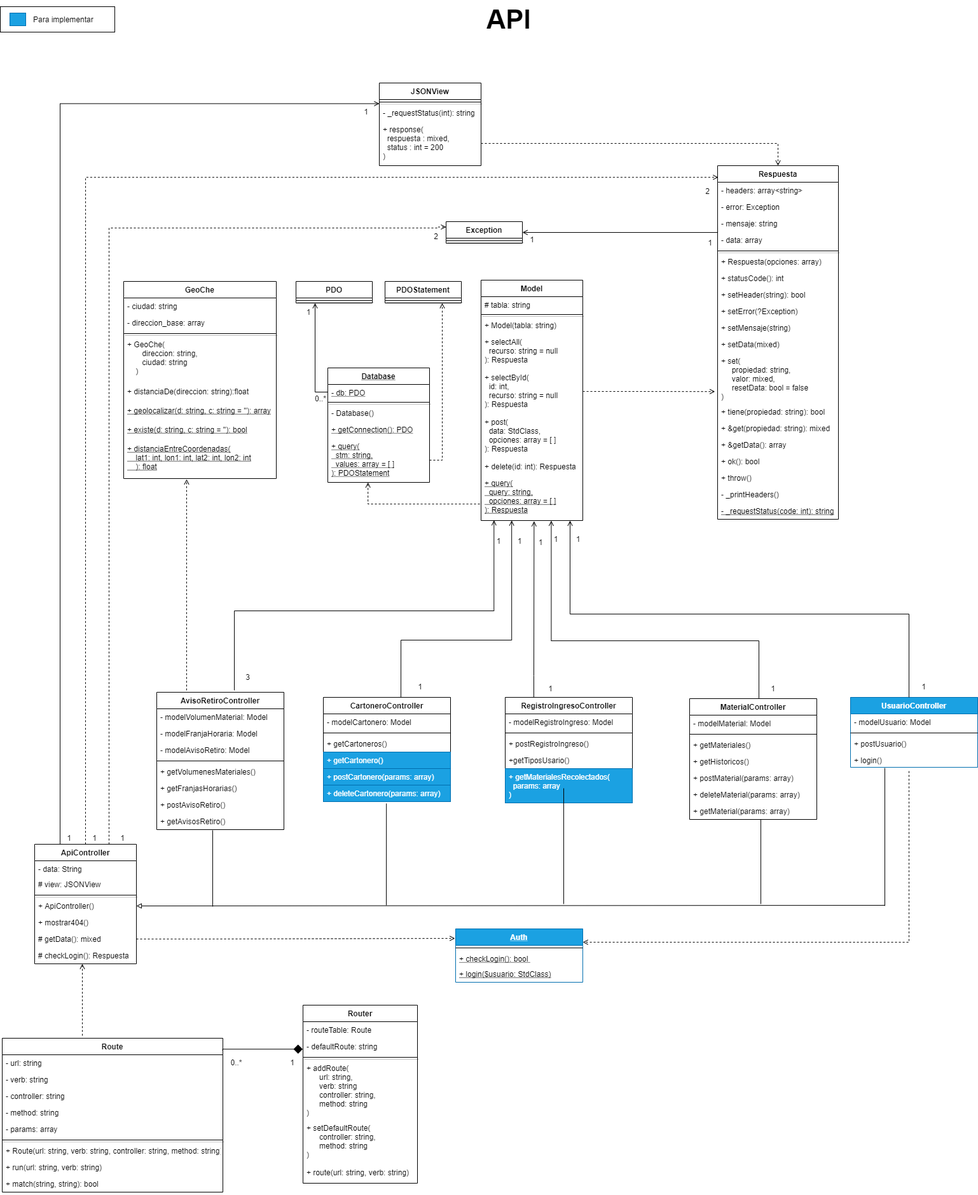
Above: Artefactos/Diagramas/diagrama-clases-API.png in Evynith/Entregable-Metodologias (draw.io), before the change. Source tidied: cells renumbered, new cells last; positions are measured from the earlier drawing's top-left corner, leaving out a move shared by most shapes.
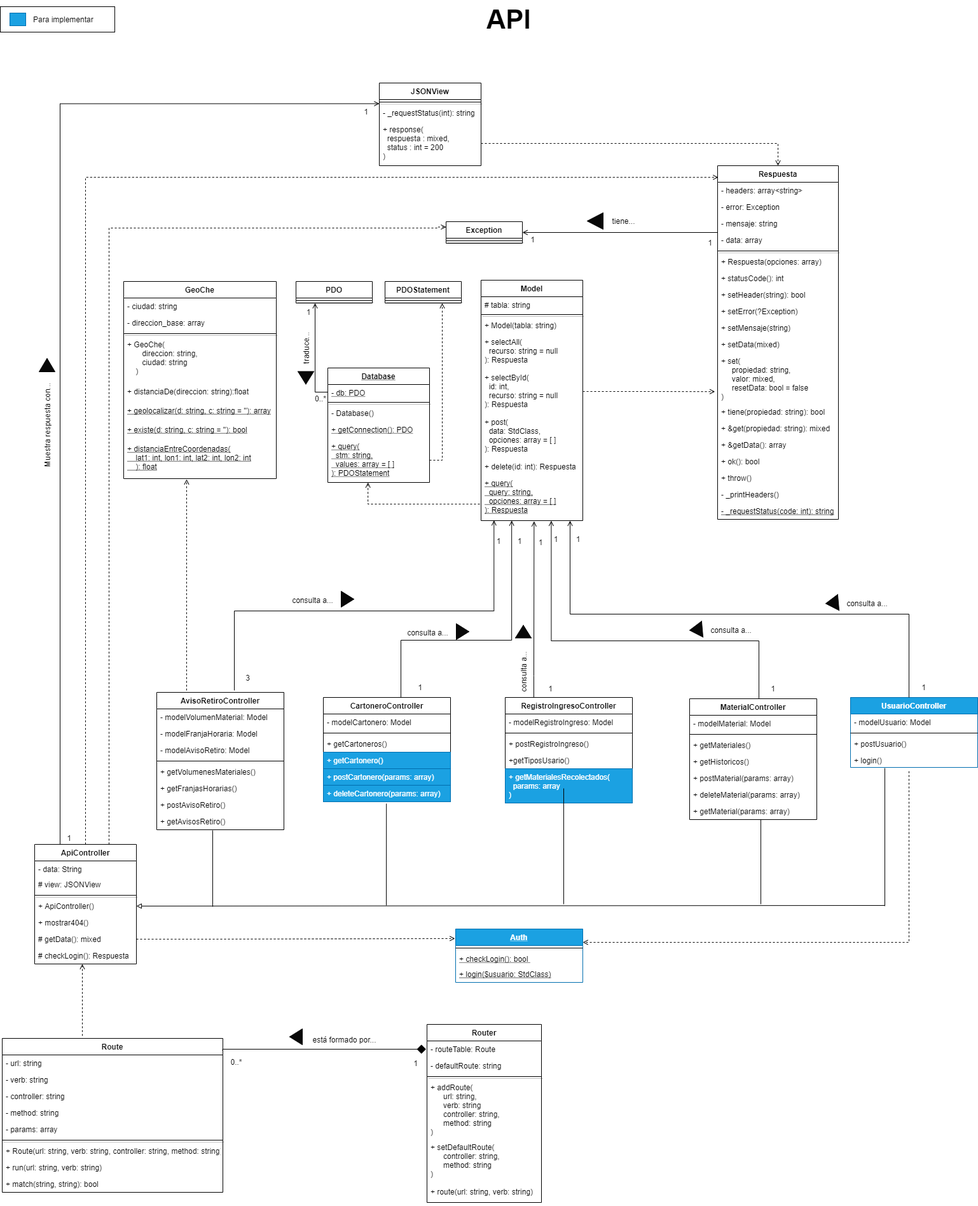
After the commit.

Commit message:
CR-207 se agregaron artefactos al diagrama de clases de API

The edit, as a diff of the source:
```diff
@@ -246,7 +246,7 @@
       <mxGeometry y="250" width="240" height="60" as="geometry" />
     </mxCell>
     <mxCell id="81" value="Router" style="swimlane;fontStyle=1;align=center;verticalAlign=top;horizontal=1;startSize=26;" parent="1" vertex="1">
-      <mxGeometry x="476" y="1580" width="180" height="280" as="geometry" />
+      <mxGeometry x="671" y="1610" width="180" height="280" as="geometry" />
     </mxCell>
     <mxCell id="82" value="- routeTable: Route" style="text;align=left;verticalAlign=top;spacingLeft=4;spacingRight=4;overflow=hidden;fontStyle=0;shadow=1;" parent="81" vertex="1">
       <mxGeometry y="26" width="180" height="26" as="geometry" />
@@ -335,10 +335,12 @@
     <mxCell id="110" value="+ deleteCartonero(params: array)" style="text;align=left;verticalAlign=top;spacingLeft=4;spacingRight=4;overflow=hidden;fillColor=#1ba1e2;strokeColor=#006EAF;fontColor=#ffffff;" parent="104" vertex="1">
       <mxGeometry y="138" width="200" height="26" as="geometry" />
     </mxCell>
-    <mxCell id="111" style="edgeStyle=orthogonalEdgeStyle;rounded=0;jettySize=auto;html=1;endArrow=diamond;endFill=1;endSize=12;exitX=0.999;exitY=0.078;exitDx=0;exitDy=0;exitPerimeter=0;entryX=-0.003;entryY=0.66;entryDx=0;entryDy=0;entryPerimeter=0;" parent="1" edge="1" source="88" target="83">
+    <mxCell id="111" style="edgeStyle=orthogonalEdgeStyle;rounded=0;jettySize=auto;html=1;endArrow=diamond;endFill=1;endSize=12;exitX=0.999;exitY=0.078;exitDx=0;exitDy=0;exitPerimeter=0;" parent="1" edge="1" source="88">
       <mxGeometry relative="1" as="geometry">
+        <mxPoint x="655" y="1649" as="targetPoint" />
         <Array as="points">
           <mxPoint x="350" y="1649" />
+          <mxPoint x="668" y="1649" />
         </Array>
       </mxGeometry>
     </mxCell>
@@ -541,7 +543,7 @@
       </mxGeometry>
     </mxCell>
     <mxCell id="153" value="1" style="text;html=1;align=center;verticalAlign=middle;strokeColor=none;" parent="1" vertex="1">
-      <mxGeometry x="451" y="1661" width="16" height="17" as="geometry" />
+      <mxGeometry x="645" y="1663" width="16" height="17" as="geometry" />
     </mxCell>
     <mxCell id="154" value="0..*" style="text;html=1;align=center;verticalAlign=middle;strokeColor=none;" parent="1" vertex="1">
       <mxGeometry x="357" y="1661" width="28" height="17" as="geometry" />
@@ -578,26 +580,68 @@
     <mxCell id="163" value="1" style="text;html=1;align=center;verticalAlign=middle;strokeColor=none;" parent="1" vertex="1">
       <mxGeometry x="100" y="1308" width="16" height="17" as="geometry" />
     </mxCell>
-    <mxCell id="164" value="1" style="text;html=1;align=center;verticalAlign=middle;strokeColor=none;" parent="1" vertex="1">
-      <mxGeometry x="140" y="1308" width="16" height="17" as="geometry" />
-    </mxCell>
-    <mxCell id="165" value="1" style="text;html=1;align=center;verticalAlign=middle;strokeColor=none;" parent="1" vertex="1">
-      <mxGeometry x="184" y="1308" width="16" height="17" as="geometry" />
-    </mxCell>
     <mxCell id="166" value="1" style="text;html=1;align=center;verticalAlign=middle;strokeColor=none;" parent="1" vertex="1">
       <mxGeometry x="567" y="166" width="16" height="17" as="geometry" />
     </mxCell>
-    <mxCell id="167" value="2" style="text;html=1;align=center;verticalAlign=middle;strokeColor=none;" parent="1" vertex="1">
-      <mxGeometry x="677" y="362" width="16" height="17" as="geometry" />
-    </mxCell>
     <mxCell id="168" value="1" style="text;html=1;align=center;verticalAlign=middle;strokeColor=none;" parent="1" vertex="1">
-      <mxGeometry x="828" y="367" width="16" height="17" as="geometry" />
+      <mxGeometry x="829" y="367" width="16" height="17" as="geometry" />
     </mxCell>
-    <mxCell id="169" value="2" style="text;html=1;align=center;verticalAlign=middle;strokeColor=none;" parent="1" vertex="1">
-      <mxGeometry x="1104" y="291" width="16" height="17" as="geometry" />
-    </mxCell>
     <mxCell id="170" value="1" style="text;html=1;align=center;verticalAlign=middle;strokeColor=none;" parent="1" vertex="1">
       <mxGeometry x="1108" y="372" width="16" height="17" as="geometry" />
     </mxCell>
+    <mxCell id="171" value="Muestra respuesta con..." style="text;html=1;align=center;verticalAlign=middle;strokeColor=none;rotation=-90;" parent="1" vertex="1">
+      <mxGeometry x="3" y="659.5" width="142" height="17" as="geometry" />
+    </mxCell>
+    <mxCell id="172" style="triangle;whiteSpace=wrap;html=1;rotation=-90;fillColor=#080808;" parent="1" vertex="1">
+      <mxGeometry x="63" y="561" width="21" height="25" as="geometry" />
+    </mxCell>
+    <mxCell id="173" value="tiene..." style="text;html=1;align=center;verticalAlign=middle;strokeColor=none;" parent="1" vertex="1">
+      <mxGeometry x="957" y="338.5" width="46" height="17" as="geometry" />
+    </mxCell>
+    <mxCell id="174" style="triangle;whiteSpace=wrap;html=1;fillColor=#080808;rotation=-180;" parent="1" vertex="1">
+      <mxGeometry x="923" y="334" width="25" height="26" as="geometry" />
+    </mxCell>
+    <mxCell id="175" value="consulta a..." style="text;html=1;align=center;verticalAlign=middle;strokeColor=none;" parent="1" vertex="1">
+      <mxGeometry x="453" y="934" width="75" height="17" as="geometry" />
+    </mxCell>
+    <mxCell id="176" style="triangle;whiteSpace=wrap;html=1;fillColor=#080808;" parent="1" vertex="1">
+      <mxGeometry x="536" y="929" width="20" height="25" as="geometry" />
+    </mxCell>
+    <mxCell id="177" value="consulta a..." style="text;html=1;align=center;verticalAlign=middle;strokeColor=none;" parent="1" vertex="1">
+      <mxGeometry x="634" y="985" width="75" height="17" as="geometry" />
+    </mxCell>
+    <mxCell id="178" style="triangle;whiteSpace=wrap;html=1;fillColor=#080808;" parent="1" vertex="1">
+      <mxGeometry x="717" y="980" width="20" height="25" as="geometry" />
+    </mxCell>
+    <mxCell id="179" value="consulta a..." style="text;html=1;align=center;verticalAlign=middle;strokeColor=none;" parent="1" vertex="1">
+      <mxGeometry x="1325" y="939" width="75" height="17" as="geometry" />
+    </mxCell>
+    <mxCell id="180" style="triangle;whiteSpace=wrap;html=1;fillColor=#080808;rotation=-185;" parent="1" vertex="1">
+      <mxGeometry x="1298" y="935" width="20" height="25" as="geometry" />
+    </mxCell>
+    <mxCell id="181" value="consulta a..." style="text;html=1;align=center;verticalAlign=middle;strokeColor=none;" parent="1" vertex="1">
+      <mxGeometry x="1111" y="981" width="75" height="17" as="geometry" />
+    </mxCell>
+    <mxCell id="182" style="triangle;whiteSpace=wrap;html=1;fillColor=#080808;rotation=-185;" parent="1" vertex="1">
+      <mxGeometry x="1084" y="977" width="20" height="25" as="geometry" />
+    </mxCell>
+    <mxCell id="183" value="consulta a..." style="text;html=1;align=center;verticalAlign=middle;strokeColor=none;rotation=-90;" parent="1" vertex="1">
+      <mxGeometry x="785" y="1048" width="75" height="17" as="geometry" />
+    </mxCell>
+    <mxCell id="184" style="triangle;whiteSpace=wrap;html=1;fillColor=#080808;rotation=-90;" parent="1" vertex="1">
+      <mxGeometry x="812.5" y="980" width="20" height="25" as="geometry" />
+    </mxCell>
+    <mxCell id="185" value="traduce..." style="text;html=1;align=center;verticalAlign=middle;strokeColor=none;rotation=-90;" parent="1" vertex="1">
+      <mxGeometry x="451" y="539" width="59" height="17" as="geometry" />
+    </mxCell>
+    <mxCell id="186" style="triangle;whiteSpace=wrap;html=1;fillColor=#080808;rotation=90;" parent="1" vertex="1">
+      <mxGeometry x="470.5" y="581" width="20" height="25" as="geometry" />
+    </mxCell>
+    <mxCell id="187" value="está formado por..." style="text;html=1;align=center;verticalAlign=middle;strokeColor=none;" parent="1" vertex="1">
+      <mxGeometry x="486" y="1625" width="110" height="17" as="geometry" />
+    </mxCell>
+    <mxCell id="188" style="triangle;whiteSpace=wrap;html=1;fillColor=#080808;rotation=-180;" parent="1" vertex="1">
+      <mxGeometry x="455" y="1617" width="20" height="25" as="geometry" />
+    </mxCell>
   </root>
 </mxGraphModel>
```
